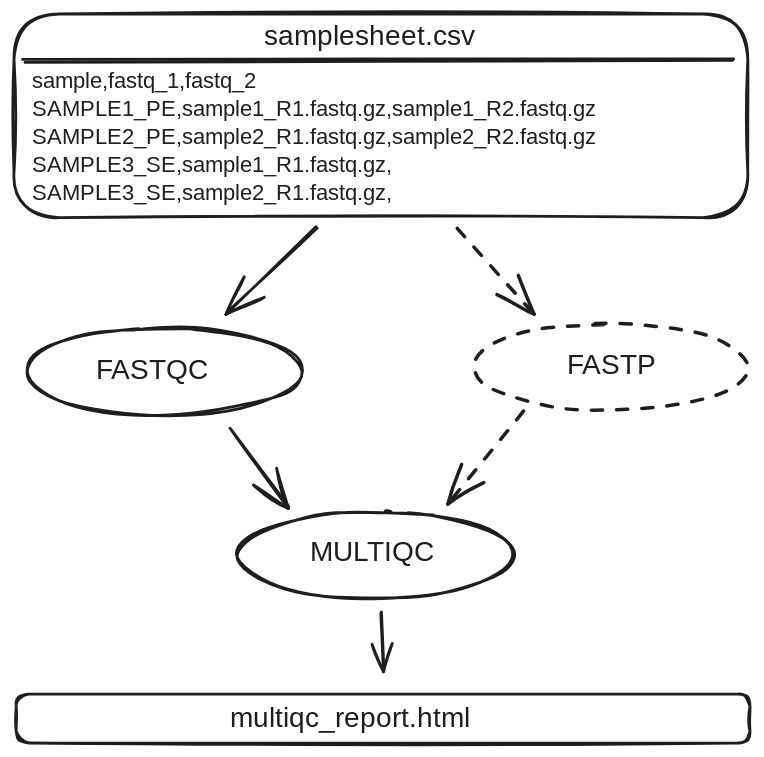
This is docs/nf_develop/img/pipeline.excalidraw.svg from nextflow-io/training, a Excalidraw export, as it was before one commit. Source tidied: one line per element, renumbered; positions are measured from the earlier drawing's top-left corner, leaving out a move shared by most shapes. The source it was exported from:
```json
{"id": 0, "type": "rectangle", "strokeColor": "#1e1e1e", "strokeWidth": 2, "roughness": 1, "round": true, "x": 0, "y": 0, "width": 524, "height": 146}
{"id": 1, "type": "text", "text": "samplesheet.csv", "strokeColor": "#1e1e1e", "strokeWidth": 2, "roughness": 1, "fontSize": 20, "fontFamily": 1, "x": 179, "y": 4, "width": 154, "height": 25}
{"id": 2, "type": "ellipse", "strokeColor": "#1e1e1e", "strokeWidth": 2, "roughness": 1, "round": true, "x": 9, "y": 224, "width": 197, "height": 62}
{"id": 3, "type": "ellipse", "strokeColor": "#1e1e1e", "strokeWidth": 2, "strokeStyle": "dashed", "roughness": 1, "round": true, "x": 328, "y": 221, "width": 197, "height": 62}
{"id": 4, "type": "ellipse", "strokeColor": "#1e1e1e", "strokeWidth": 2, "roughness": 1, "round": true, "x": 160, "y": 356, "width": 197, "height": 62}
{"id": 5, "type": "arrow", "strokeColor": "#1e1e1e", "strokeWidth": 2, "roughness": 1, "endArrowhead": "arrow", "round": true, "from": 0, "to": 2, "x": 216, "y": 153, "width": 65, "height": 61, "points": [[0, 0], [-65, 61]]}
{"id": 6, "type": "arrow", "strokeColor": "#1e1e1e", "strokeWidth": 2, "strokeStyle": "dashed", "roughness": 1, "endArrowhead": "arrow", "round": true, "from": 13, "to": 3, "x": 316, "y": 154, "width": 56, "height": 61, "points": [[0, 0], [56, 61]]}
{"id": 7, "type": "arrow", "strokeColor": "#1e1e1e", "strokeWidth": 2, "roughness": 1, "endArrowhead": "arrow", "round": true, "from": 2, "to": 4, "x": 154, "y": 298, "width": 41, "height": 55, "points": [[0, 0], [41, 55]]}
{"id": 8, "type": "arrow", "strokeColor": "#1e1e1e", "strokeWidth": 2, "strokeStyle": "dashed", "roughness": 1, "endArrowhead": "arrow", "round": true, "from": 3, "to": 4, "x": 364, "y": 284, "width": 53, "height": 67, "points": [[0, 0], [-53, 67]]}
{"id": 9, "type": "text", "text": "FASTQC", "strokeColor": "#1e1e1e", "strokeWidth": 2, "roughness": 1, "fontSize": 20, "fontFamily": 1, "x": 59, "y": 243, "width": 80, "height": 25}
{"id": 10, "type": "text", "text": "FASTP", "strokeColor": "#1e1e1e", "strokeWidth": 2, "strokeStyle": "dashed", "roughness": 1, "fontSize": 20, "fontFamily": 1, "x": 395, "y": 239, "width": 66, "height": 25}
{"id": 11, "type": "text", "text": "MULTIQC", "strokeColor": "#1e1e1e", "strokeWidth": 2, "roughness": 1, "fontSize": 20, "fontFamily": 1, "x": 211, "y": 373, "width": 96, "height": 25}
{"id": 12, "type": "line", "strokeColor": "#1e1e1e", "strokeWidth": 2, "roughness": 1, "round": true, "x": 7, "y": 33, "width": 507, "height": 0, "points": [[0, 0], [507, 0]]}
{"id": 13, "type": "text", "text": "sample,fastq_1,fastq_2\nSAMPLE1_PE,sample1_R1.fastq.gz,sample1_R2.fastq.gz\nSAMPLE2_PE,sample2_R1.fastq.gz,sample2_R2.fastq.gz\nSAMPLE3_SE,sample1_R1.fastq.gz,\nSAMPLE3_SE,sample2_R1.fastq.gz,", "strokeColor": "#1e1e1e", "strokeWidth": 2, "roughness": 1, "fontSize": 16, "fontFamily": 1, "x": 13, "y": 38, "width": 447, "height": 100}
{"id": 14, "type": "arrow", "strokeColor": "#1e1e1e", "strokeWidth": 2, "roughness": 1, "endArrowhead": "arrow", "round": true, "from": 4, "to": 15, "x": 262, "y": 428, "width": 2, "height": 42, "points": [[0, 0], [2, 42]]}
{"id": 15, "type": "rectangle", "strokeColor": "#1e1e1e", "strokeWidth": 2, "roughness": 1, "round": true, "x": 2, "y": 486, "width": 524, "height": 35}
{"id": 16, "type": "text", "text": "multiqc_report.html", "strokeColor": "#1e1e1e", "strokeWidth": 2, "roughness": 1, "fontSize": 20, "fontFamily": 1, "x": 154, "y": 492, "width": 187, "height": 25}
```
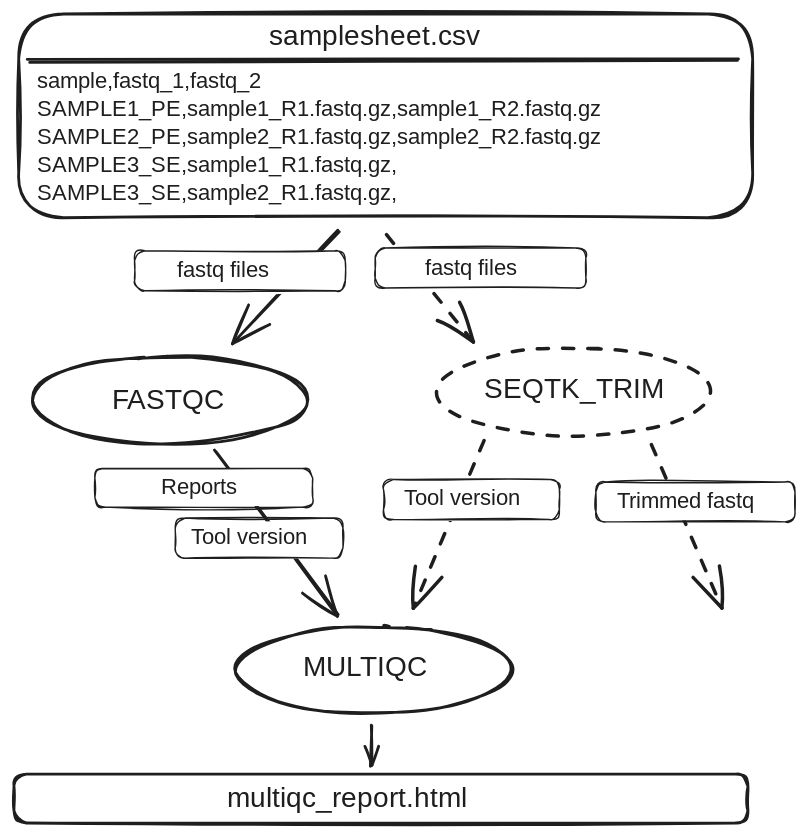
Above is the later version.

What changed in the source:
```diff
@@ -1,17 +1,30 @@
 {"id": 0, "type": "rectangle", "strokeColor": "#1e1e1e", "strokeWidth": 2, "roughness": 1, "round": true, "x": 0, "y": 0, "width": 524, "height": 146}
 {"id": 1, "type": "text", "text": "samplesheet.csv", "strokeColor": "#1e1e1e", "strokeWidth": 2, "roughness": 1, "fontSize": 20, "fontFamily": 1, "x": 179, "y": 4, "width": 154, "height": 25}
-{"id": 2, "type": "ellipse", "strokeColor": "#1e1e1e", "strokeWidth": 2, "roughness": 1, "round": true, "x": 9, "y": 224, "width": 197, "height": 62}
+{"id": 2, "type": "ellipse", "strokeColor": "#1e1e1e", "strokeWidth": 2, "roughness": 1, "round": true, "x": 10, "y": 245, "width": 197, "height": 62}
-{"id": 3, "type": "ellipse", "strokeColor": "#1e1e1e", "strokeWidth": 2, "strokeStyle": "dashed", "roughness": 1, "round": true, "x": 328, "y": 221, "width": 197, "height": 62}
-{"id": 4, "type": "ellipse", "strokeColor": "#1e1e1e", "strokeWidth": 2, "roughness": 1, "round": true, "x": 160, "y": 356, "width": 197, "height": 62}
+{"id": 4, "type": "ellipse", "strokeColor": "#1e1e1e", "strokeWidth": 2, "roughness": 1, "round": true, "x": 155, "y": 438, "width": 197, "height": 62}
-{"id": 5, "type": "arrow", "strokeColor": "#1e1e1e", "strokeWidth": 2, "roughness": 1, "endArrowhead": "arrow", "round": true, "from": 0, "to": 2, "x": 216, "y": 153, "width": 65, "height": 61, "points": [[0, 0], [-65, 61]]}
-{"id": 6, "type": "arrow", "strokeColor": "#1e1e1e", "strokeWidth": 2, "strokeStyle": "dashed", "roughness": 1, "endArrowhead": "arrow", "round": true, "from": 13, "to": 3, "x": 316, "y": 154, "width": 56, "height": 61, "points": [[0, 0], [56, 61]]}
-{"id": 7, "type": "arrow", "strokeColor": "#1e1e1e", "strokeWidth": 2, "roughness": 1, "endArrowhead": "arrow", "round": true, "from": 2, "to": 4, "x": 154, "y": 298, "width": 41, "height": 55, "points": [[0, 0], [41, 55]]}
-{"id": 8, "type": "arrow", "strokeColor": "#1e1e1e", "strokeWidth": 2, "strokeStyle": "dashed", "roughness": 1, "endArrowhead": "arrow", "round": true, "from": 3, "to": 4, "x": 364, "y": 284, "width": 53, "height": 67, "points": [[0, 0], [-53, 67]]}
-{"id": 9, "type": "text", "text": "FASTQC", "strokeColor": "#1e1e1e", "strokeWidth": 2, "roughness": 1, "fontSize": 20, "fontFamily": 1, "x": 59, "y": 243, "width": 80, "height": 25}
+{"id": 9, "type": "text", "text": "FASTQC", "strokeColor": "#1e1e1e", "strokeWidth": 2, "roughness": 1, "fontSize": 20, "fontFamily": 1, "x": 67, "y": 265, "width": 80, "height": 25}
-{"id": 10, "type": "text", "text": "FASTP", "strokeColor": "#1e1e1e", "strokeWidth": 2, "strokeStyle": "dashed", "roughness": 1, "fontSize": 20, "fontFamily": 1, "x": 395, "y": 239, "width": 66, "height": 25}
-{"id": 11, "type": "text", "text": "MULTIQC", "strokeColor": "#1e1e1e", "strokeWidth": 2, "roughness": 1, "fontSize": 20, "fontFamily": 1, "x": 211, "y": 373, "width": 96, "height": 25}
+{"id": 11, "type": "text", "text": "MULTIQC", "strokeColor": "#1e1e1e", "strokeWidth": 2, "roughness": 1, "fontSize": 20, "fontFamily": 1, "x": 203, "y": 455, "width": 96, "height": 25}
 {"id": 12, "type": "line", "strokeColor": "#1e1e1e", "strokeWidth": 2, "roughness": 1, "round": true, "x": 7, "y": 33, "width": 507, "height": 0, "points": [[0, 0], [507, 0]]}
 {"id": 13, "type": "text", "text": "sample,fastq_1,fastq_2\nSAMPLE1_PE,sample1_R1.fastq.gz,sample1_R2.fastq.gz\nSAMPLE2_PE,sample2_R1.fastq.gz,sample2_R2.fastq.gz\nSAMPLE3_SE,sample1_R1.fastq.gz,\nSAMPLE3_SE,sample2_R1.fastq.gz,", "strokeColor": "#1e1e1e", "strokeWidth": 2, "roughness": 1, "fontSize": 16, "fontFamily": 1, "x": 13, "y": 38, "width": 447, "height": 100}
-{"id": 14, "type": "arrow", "strokeColor": "#1e1e1e", "strokeWidth": 2, "roughness": 1, "endArrowhead": "arrow", "round": true, "from": 4, "to": 15, "x": 262, "y": 428, "width": 2, "height": 42, "points": [[0, 0], [2, 42]]}
-{"id": 15, "type": "rectangle", "strokeColor": "#1e1e1e", "strokeWidth": 2, "roughness": 1, "round": true, "x": 2, "y": 486, "width": 524, "height": 35}
+{"id": 15, "type": "rectangle", "strokeColor": "#1e1e1e", "strokeWidth": 2, "roughness": 1, "round": true, "x": -3, "y": 543, "width": 524, "height": 35}
-{"id": 16, "type": "text", "text": "multiqc_report.html", "strokeColor": "#1e1e1e", "strokeWidth": 2, "roughness": 1, "fontSize": 20, "fontFamily": 1, "x": 154, "y": 492, "width": 187, "height": 25}
+{"id": 16, "type": "text", "text": "multiqc_report.html", "strokeColor": "#1e1e1e", "strokeWidth": 2, "roughness": 1, "fontSize": 20, "fontFamily": 1, "x": 149, "y": 549, "width": 187, "height": 25}
+{"id": 17, "type": "ellipse", "strokeColor": "#1e1e1e", "strokeWidth": 2, "strokeStyle": "dashed", "roughness": 1, "round": true, "x": 298, "y": 239, "width": 197, "height": 62}
+{"id": 18, "type": "text", "text": "SEQTK_TRIM", "strokeColor": "#1e1e1e", "strokeWidth": 2, "roughness": 1, "fontSize": 20, "fontFamily": 1, "x": 333, "y": 256, "width": 140, "height": 25}
+{"id": 19, "type": "arrow", "strokeColor": "#1e1e1e", "strokeWidth": 2, "roughness": 1, "endArrowhead": "arrow", "round": true, "from": 13, "to": 2, "x": 228, "y": 156, "width": 75, "height": 80, "points": [[0, 0], [-75, 80]]}
+{"id": 20, "type": "arrow", "strokeColor": "#1e1e1e", "strokeWidth": 2, "roughness": 1, "endArrowhead": "arrow", "round": true, "from": 2, "to": 4, "x": 140, "y": 312, "width": 88, "height": 117, "points": [[0, 0], [88, 117]]}
+{"id": 21, "type": "arrow", "strokeColor": "#1e1e1e", "strokeWidth": 2, "strokeStyle": "dashed", "roughness": 1, "endArrowhead": "arrow", "round": true, "from": 13, "to": 17, "x": 262, "y": 157, "width": 64, "height": 77, "points": [[0, 0], [64, 77]]}
+{"id": 22, "type": "arrow", "strokeColor": "#1e1e1e", "strokeWidth": 2, "strokeStyle": "dashed", "roughness": 1, "endArrowhead": "arrow", "round": true, "from": 17, "to": 4, "x": 332, "y": 306, "width": 51, "height": 119, "points": [[0, 0], [-51, 119]]}
+{"id": 23, "type": "arrow", "strokeColor": "#1e1e1e", "strokeWidth": 2, "strokeStyle": "dashed", "roughness": 1, "endArrowhead": "arrow", "round": true, "from": 17, "x": 451, "y": 307, "width": 50, "height": 117, "points": [[0, 0], [50, 117]]}
+{"id": 24, "type": "rectangle", "strokeColor": "#1e1e1e", "backgroundColor": "#ffffff", "fillStyle": "solid", "strokeWidth": 1, "roughness": 1, "round": true, "x": 412, "y": 334, "width": 142, "height": 29}
+{"id": 25, "type": "text", "text": "Trimmed fastq", "strokeColor": "#1e1e1e", "backgroundColor": "#ffffff", "fillStyle": "solid", "strokeWidth": 1, "roughness": 1, "fontSize": 16, "fontFamily": 1, "x": 427, "y": 339, "width": 114, "height": 20}
+{"id": 26, "type": "rectangle", "strokeColor": "#1e1e1e", "backgroundColor": "#ffffff", "fillStyle": "solid", "strokeWidth": 1, "roughness": 1, "round": true, "x": 261, "y": 333, "width": 126, "height": 29}
+{"id": 27, "type": "text", "text": "Tool version", "strokeColor": "#1e1e1e", "backgroundColor": "#ffffff", "fillStyle": "solid", "strokeWidth": 1, "roughness": 1, "fontSize": 16, "fontFamily": 1, "x": 276, "y": 337, "width": 95, "height": 20}
+{"id": 28, "type": "rectangle", "strokeColor": "#1e1e1e", "backgroundColor": "#ffffff", "fillStyle": "solid", "strokeWidth": 1, "roughness": 1, "round": true, "x": 54, "y": 325, "width": 156, "height": 28}
+{"id": 29, "type": "text", "text": "Reports", "strokeColor": "#1e1e1e", "backgroundColor": "#ffffff", "fillStyle": "solid", "strokeWidth": 1, "roughness": 1, "fontSize": 16, "fontFamily": 1, "x": 101, "y": 329, "width": 61, "height": 20}
+{"id": 30, "type": "rectangle", "strokeColor": "#1e1e1e", "backgroundColor": "#ffffff", "fillStyle": "solid", "strokeWidth": 1, "roughness": 1, "round": true, "x": 112, "y": 360, "width": 120, "height": 29}
+{"id": 31, "type": "text", "text": "Tool version", "strokeColor": "#1e1e1e", "backgroundColor": "#ffffff", "fillStyle": "solid", "strokeWidth": 1, "roughness": 1, "fontSize": 16, "fontFamily": 1, "x": 123, "y": 364, "width": 95, "height": 20}
+{"id": 32, "type": "rectangle", "strokeColor": "#1e1e1e", "backgroundColor": "#ffffff", "fillStyle": "solid", "strokeWidth": 1, "roughness": 1, "round": true, "x": 83, "y": 169, "width": 151, "height": 29}
+{"id": 33, "type": "text", "text": "fastq files", "strokeColor": "#1e1e1e", "backgroundColor": "#ffffff", "fillStyle": "solid", "strokeWidth": 1, "roughness": 1, "fontSize": 16, "fontFamily": 1, "x": 113, "y": 174, "width": 86, "height": 20}
+{"id": 34, "type": "rectangle", "strokeColor": "#1e1e1e", "backgroundColor": "#ffffff", "fillStyle": "solid", "strokeWidth": 1, "roughness": 1, "round": true, "x": 255, "y": 167, "width": 151, "height": 29}
+{"id": 35, "type": "text", "text": "fastq files", "strokeColor": "#1e1e1e", "backgroundColor": "#ffffff", "fillStyle": "solid", "strokeWidth": 1, "roughness": 1, "fontSize": 16, "fontFamily": 1, "x": 290, "y": 172, "width": 86, "height": 20}
+{"id": 36, "type": "arrow", "strokeColor": "#1e1e1e", "backgroundColor": "#ffffff", "fillStyle": "solid", "strokeWidth": 2, "roughness": 1, "endArrowhead": "arrow", "round": true, "from": 4, "to": 16, "x": 252, "y": 509, "width": 0, "height": 29, "points": [[0, 0], [0, 29]]}
```
